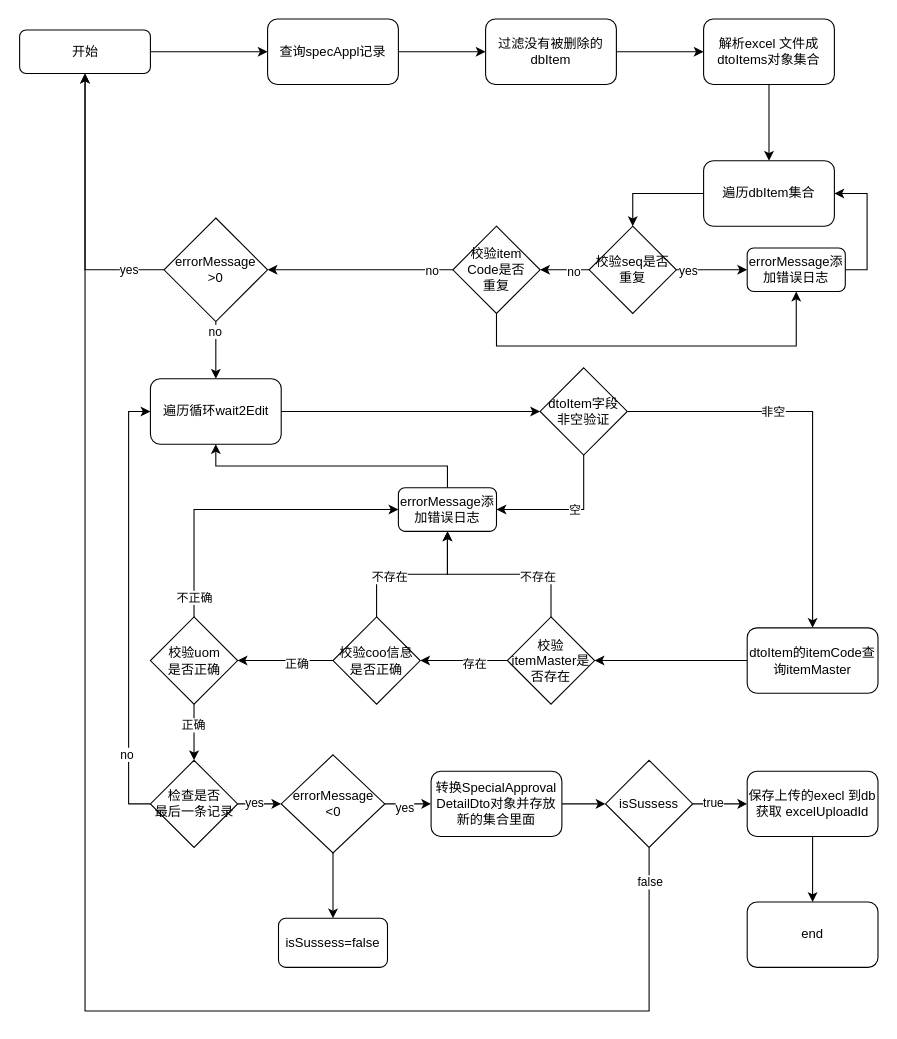
This is specAppl-append-check.drawio from 1119132473/doc, a draw.io file, before an edit. Source tidied: cells renumbered, new cells numbered last; positions are measured from the earlier drawing's top-left corner, leaving out a move shared by most shapes. Both pictures are drawn from the tidied source at 109%, with x=0, y=0 at pixel (19, 19).
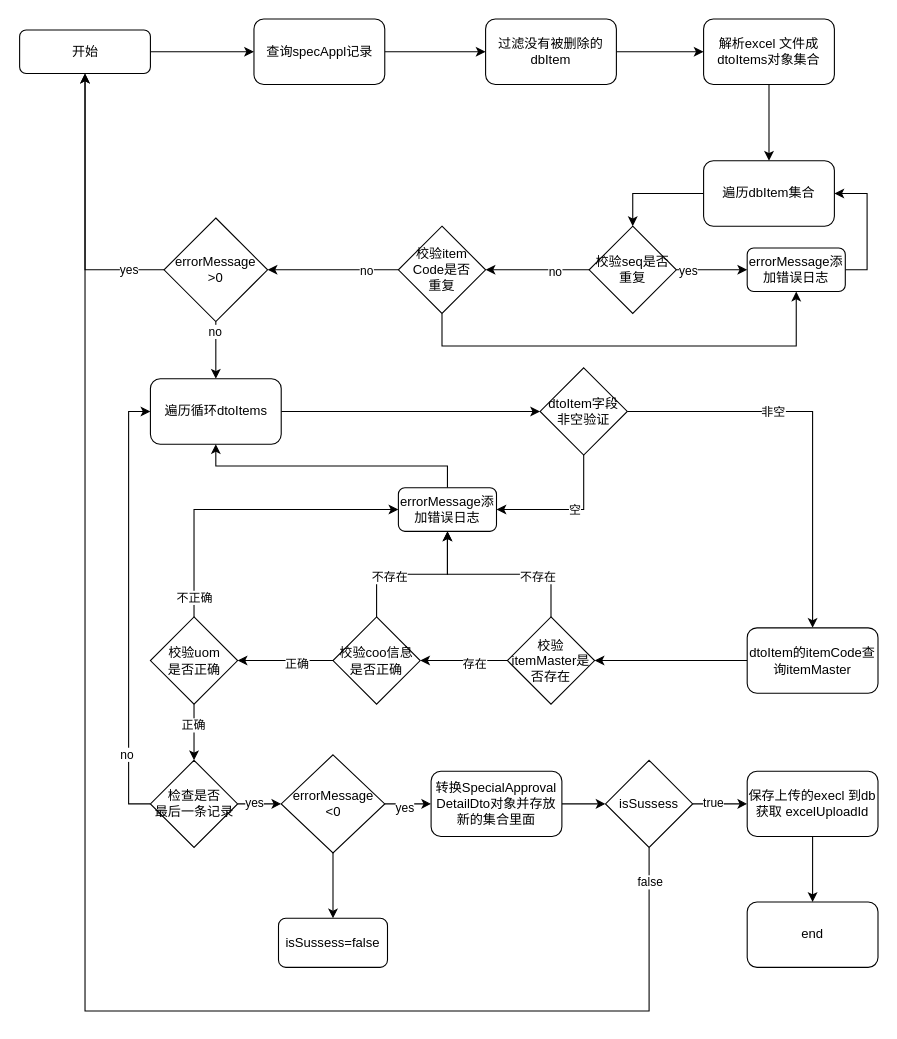
The same page after the edit.

The change refers to these unchanged cells:
```xml
<mxCell id="18" value="errorMessage添加错误日志" style="rounded=1;whiteSpace=wrap;html=1;" parent="1" vertex="1">
  <mxGeometry x="668" y="210" width="90" height="40" as="geometry" />
</mxCell>
<mxCell id="20" style="edgeStyle=orthogonalEdgeStyle;rounded=0;jettySize=auto;html=1;entryX=1;entryY=0.5;entryDx=0;entryDy=0;" parent="1" edge="1" source="22" target="27">
  <mxGeometry relative="1" as="geometry" />
</mxCell>
```

What changed in the source:
```diff
@@
     <mxCell id="5" value="查询specAppl记录" style="rounded=1;whiteSpace=wrap;html=1;glass=0;strokeWidth=1;shadow=0;" parent="1" vertex="1">
-      <mxGeometry x="228" width="120" height="60" as="geometry" />
+      <mxGeometry x="215.5" width="120" height="60" as="geometry" />
     </mxCell>
@@
     <mxCell id="19" style="edgeStyle=orthogonalEdgeStyle;rounded=0;jettySize=auto;html=1;exitX=0.5;exitY=1;exitDx=0;exitDy=0;entryX=0.5;entryY=1;entryDx=0;entryDy=0;" parent="1" edge="1" source="22" target="18">
       <mxGeometry relative="1" as="geometry">
         <Array as="points">
-          <mxPoint x="438" y="300" />
+          <mxPoint x="388" y="300" />
           <mxPoint x="713" y="300" />
         </Array>
       </mxGeometry>
     </mxCell>
@@
     <mxCell id="21" value="no" style="edgeLabel;html=1;align=center;verticalAlign=middle;" parent="20" vertex="1">
       <mxGeometry x="-0.23" y="-2" relative="1" as="geometry">
-        <mxPoint x="45" y="2" as="offset" />
+        <mxPoint x="16" y="2" as="offset" />
       </mxGeometry>
     </mxCell>
     <mxCell id="22" value="&lt;div&gt;校验item&lt;/div&gt;&lt;div&gt;Code是否&lt;/div&gt;&lt;div&gt;重复&lt;br&gt;&lt;/div&gt;" style="rhombus;whiteSpace=wrap;html=1;" parent="1" vertex="1">
-      <mxGeometry x="398" y="190" width="80" height="80" as="geometry" />
+      <mxGeometry x="348" y="190" width="80" height="80" as="geometry" />
     </mxCell>
@@
-    <mxCell id="29" value="遍历循环wait2Edit" style="rounded=1;whiteSpace=wrap;html=1;" parent="1" vertex="1">
+    <mxCell id="29" value="遍历循环dtoItems" style="rounded=1;whiteSpace=wrap;html=1;" parent="1" vertex="1">
       <mxGeometry x="120.5" y="330" width="120" height="60" as="geometry" />
     </mxCell>
```
